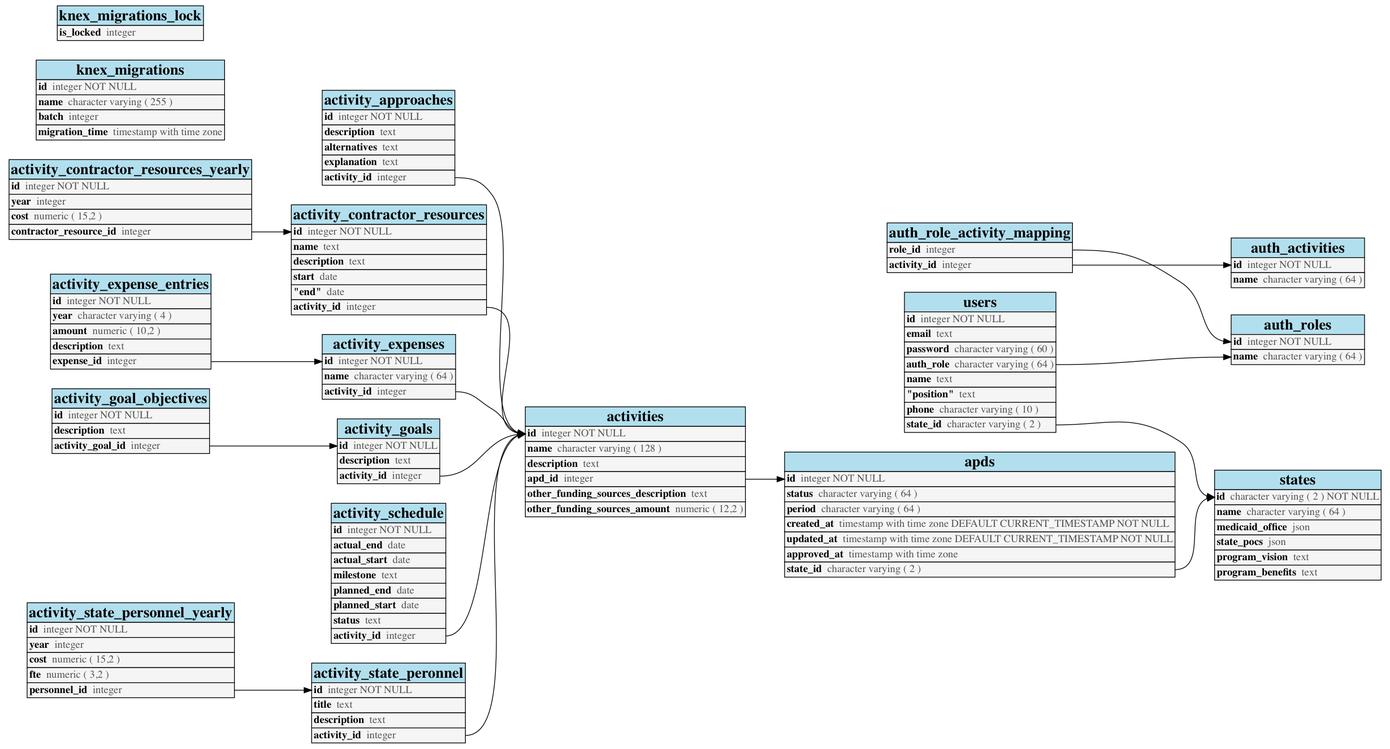
The Graphviz diagram docs/database-diagram.png in Enterprise-CMCS/eAPD, before a commit. Its source is kept beside it as docs/database-diagram.dot.
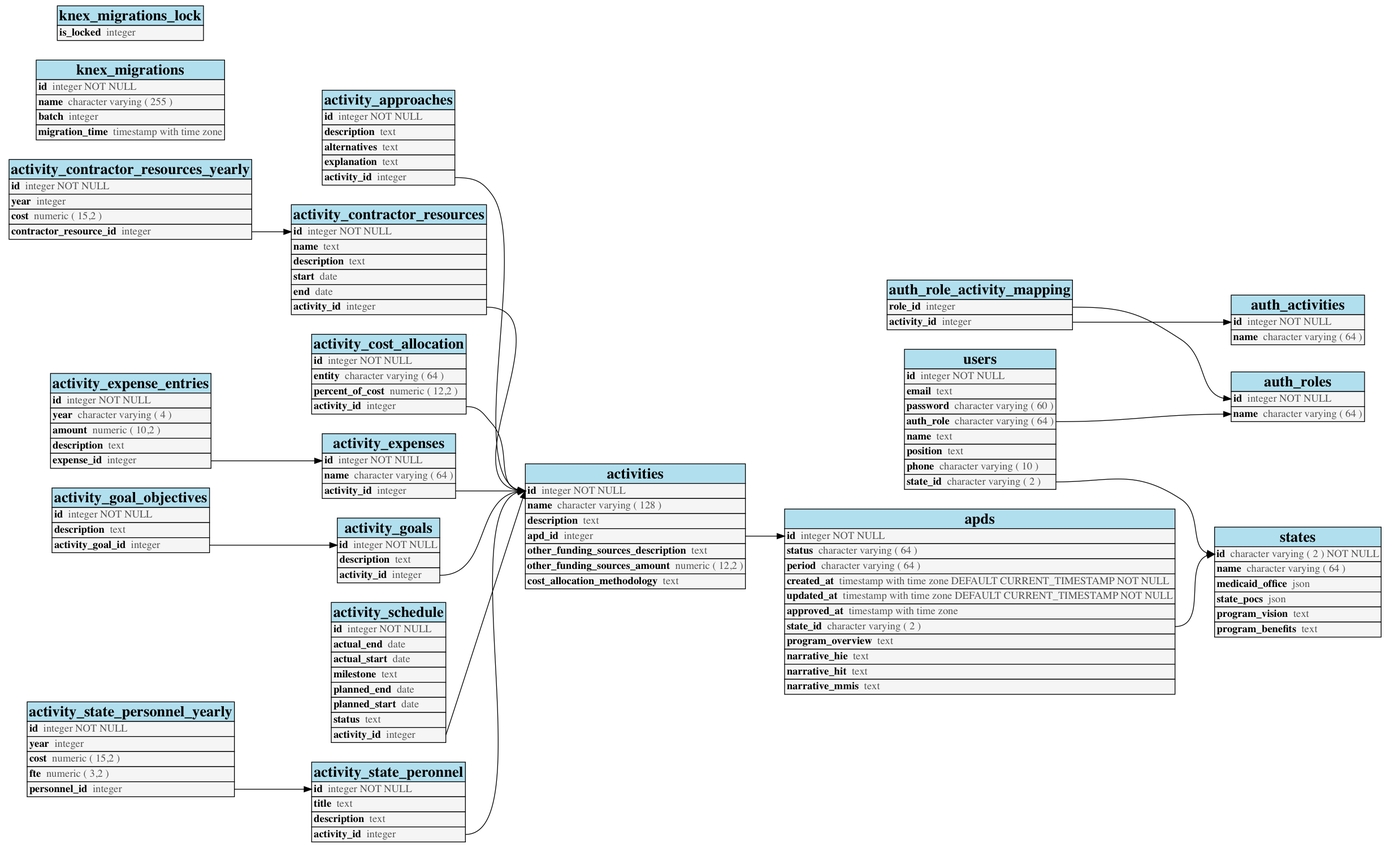
After the change.

Commit message:
update database diagram

Change to the diagram source:
```diff
@@ -1,5 +1,5 @@
 /*
- * Graphviz of 'dump.sql', created 2018-05-03 21:04:08.249581
+ * Graphviz of 'dump.sql', created 2018-05-08 19:08:03.521812
  * Generated from https://github.com/rm-hull/sql_graphviz
  */
 digraph g { graph [ rankdir = "LR" ];
@@ -15,6 +15,7 @@
         <tr><td bgcolor="grey96" align="left" port="apd_id"><font face="Times-bold">apd_id</font>  <font color="#535353">integer</font></td></tr>
         <tr><td bgcolor="grey96" align="left" port="other_funding_sources_description"><font face="Times-bold">other_funding_sources_description</font>  <font color="#535353">text</font></td></tr>
         <tr><td bgcolor="grey96" align="left" port="other_funding_sources_amount"><font face="Times-bold">other_funding_sources_amount</font>  <font color="#535353">numeric ( 12,2 )</font></td></tr>
+        <tr><td bgcolor="grey96" align="left" port="cost_allocation_methodology"><font face="Times-bold">cost_allocation_methodology</font>  <font color="#535353">text</font></td></tr>
       </table>
     >];
 
@@ -40,7 +41,7 @@
         <tr><td bgcolor="grey96" align="left" port="name"><font face="Times-bold">name</font>  <font color="#535353">text</font></td></tr>
         <tr><td bgcolor="grey96" align="left" port="description"><font face="Times-bold">description</font>  <font color="#535353">text</font></td></tr>
         <tr><td bgcolor="grey96" align="left" port="start"><font face="Times-bold">start</font>  <font color="#535353">date</font></td></tr>
-        <tr><td bgcolor="grey96" align="left" port="end"><font face="Times-bold">"end"</font>  <font color="#535353">date</font></td></tr>
+        <tr><td bgcolor="grey96" align="left" port="end"><font face="Times-bold">end</font>  <font color="#535353">date</font></td></tr>
         <tr><td bgcolor="grey96" align="left" port="activity_id"><font face="Times-bold">activity_id</font>  <font color="#535353">integer</font></td></tr>
       </table>
     >];
@@ -54,6 +55,18 @@
         <tr><td bgcolor="grey96" align="left" port="year"><font face="Times-bold">year</font>  <font color="#535353">integer</font></td></tr>
         <tr><td bgcolor="grey96" align="left" port="cost"><font face="Times-bold">cost</font>  <font color="#535353">numeric ( 15,2 )</font></td></tr>
         <tr><td bgcolor="grey96" align="left" port="contractor_resource_id"><font face="Times-bold">contractor_resource_id</font>  <font color="#535353">integer</font></td></tr>
+      </table>
+    >];
+
+  "activity_cost_allocation" [
+    shape=none
+    label=<
+      <table border="0" cellspacing="0" cellborder="1">
+        <tr><td bgcolor="lightblue2"><font face="Times-bold" point-size="20">activity_cost_allocation</font></td></tr>
+        <tr><td bgcolor="grey96" align="left" port="id"><font face="Times-bold">id</font>  <font color="#535353">integer NOT NULL</font></td></tr>
+        <tr><td bgcolor="grey96" align="left" port="entity"><font face="Times-bold">entity</font>  <font color="#535353">character varying ( 64 )</font></td></tr>
+        <tr><td bgcolor="grey96" align="left" port="percent_of_cost"><font face="Times-bold">percent_of_cost</font>  <font color="#535353">numeric ( 12,2 )</font></td></tr>
+        <tr><td bgcolor="grey96" align="left" port="activity_id"><font face="Times-bold">activity_id</font>  <font color="#535353">integer</font></td></tr>
       </table>
     >];
 
@@ -156,6 +169,10 @@
         <tr><td bgcolor="grey96" align="left" port="updated_at"><font face="Times-bold">updated_at</font>  <font color="#535353">timestamp with time zone DEFAULT CURRENT_TIMESTAMP NOT NULL</font></td></tr>
         <tr><td bgcolor="grey96" align="left" port="approved_at"><font face="Times-bold">approved_at</font>  <font color="#535353">timestamp with time zone</font></td></tr>
         <tr><td bgcolor="grey96" align="left" port="state_id"><font face="Times-bold">state_id</font>  <font color="#535353">character varying ( 2 )</font></td></tr>
+        <tr><td bgcolor="grey96" align="left" port="program_overview"><font face="Times-bold">program_overview</font>  <font color="#535353">text</font></td></tr>
+        <tr><td bgcolor="grey96" align="left" port="narrative_hie"><font face="Times-bold">narrative_hie</font>  <font color="#535353">text</font></td></tr>
+        <tr><td bgcolor="grey96" align="left" port="narrative_hit"><font face="Times-bold">narrative_hit</font>  <font color="#535353">text</font></td></tr>
+        <tr><td bgcolor="grey96" align="left" port="narrative_mmis"><font face="Times-bold">narrative_mmis</font>  <font color="#535353">text</font></td></tr>
       </table>
     >];
 
@@ -234,7 +251,7 @@
         <tr><td bgcolor="grey96" align="left" port="password"><font face="Times-bold">password</font>  <font color="#535353">character varying ( 60 )</font></td></tr>
         <tr><td bgcolor="grey96" align="left" port="auth_role"><font face="Times-bold">auth_role</font>  <font color="#535353">character varying ( 64 )</font></td></tr>
         <tr><td bgcolor="grey96" align="left" port="name"><font face="Times-bold">name</font>  <font color="#535353">text</font></td></tr>
-        <tr><td bgcolor="grey96" align="left" port="position"><font face="Times-bold">"position"</font>  <font color="#535353">text</font></td></tr>
+        <tr><td bgcolor="grey96" align="left" port="position"><font face="Times-bold">position</font>  <font color="#535353">text</font></td></tr>
         <tr><td bgcolor="grey96" align="left" port="phone"><font face="Times-bold">phone</font>  <font color="#535353">character varying ( 10 )</font></td></tr>
         <tr><td bgcolor="grey96" align="left" port="state_id"><font face="Times-bold">state_id</font>  <font color="#535353">character varying ( 2 )</font></td></tr>
       </table>
@@ -243,6 +260,7 @@
   "activity_approaches":activity_id -> "activities":id
   "activity_contractor_resources":activity_id -> "activities":id
   "activity_contractor_resources_yearly":contractor_resource_id -> "activity_contractor_resources":id
+  "activity_cost_allocation":activity_id -> "activities":id
   "activity_expense_entries":expense_id -> "activity_expenses":id
   "activity_expenses":activity_id -> "activities":id
   "activity_goal_objectives":activity_goal_id -> "activity_goals":id
```
